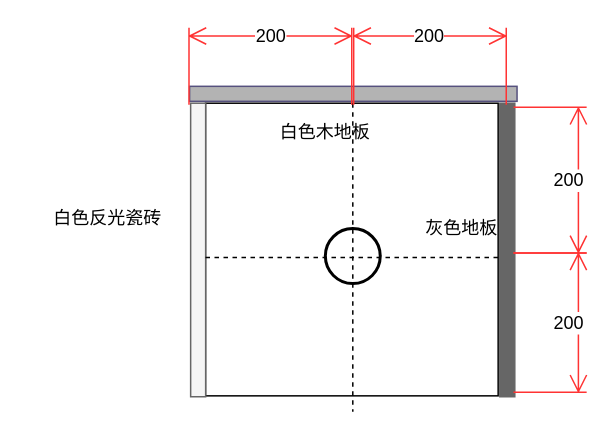
Before: page "2" (2 of 3) of LDS.drawio in xdutaotao/draw.io, a draw.io diagram. Source tidied: cells renumbered, new cells numbered last; positions are measured from the earlier drawing's top-left corner, leaving out a move shared by most shapes. Both pictures are drawn from the tidied source at 150%, with x=0, y=0 at pixel (26, -70).
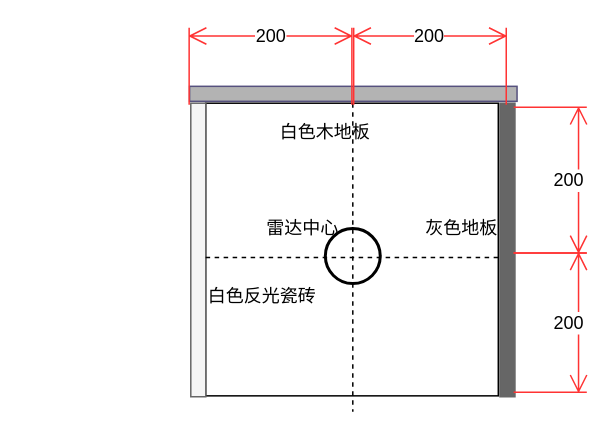
The same page after the edit.

Diff of the diagram source:
```diff
@@
 <mxGraphModel>
   <root>
     <mxCell id="0" />
     <mxCell id="1" parent="0" />
-    <mxCell id="2" style="group;" parent="1" vertex="1">
-      <mxGeometry y="65" width="373.6" height="256" as="geometry" />
-    </mxCell>
+    <mxCell id="17" style="group;" parent="1" vertex="1">
+      <mxGeometry x="103.1" y="65" width="270.6" height="256" as="geometry" />
+    </mxCell>
-    <mxCell id="3" style="whiteSpace=wrap;html=1;strokeColor=#000000;strokeWidth=1;fillColor=none;" parent="2" vertex="1">
-      <mxGeometry x="119.5" y="50.3" width="195.1" height="195.1" as="geometry" />
+    <mxCell id="3" style="whiteSpace=wrap;html=1;strokeColor=#000000;strokeWidth=1;fillColor=none;" parent="17" vertex="1">
+      <mxGeometry x="16.5" y="50.3" width="195.1" height="195.1" as="geometry" />
     </mxCell>
-    <mxCell id="4" style="ellipse;whiteSpace=wrap;html=1;strokeColor=#000000;strokeWidth=2;fillColor=none;" parent="2" vertex="1">
-      <mxGeometry x="199.4" y="133.9" width="36.6" height="36.6" as="geometry" />
+    <mxCell id="4" style="ellipse;whiteSpace=wrap;html=1;strokeColor=#000000;strokeWidth=2;fillColor=none;" parent="17" vertex="1">
+      <mxGeometry x="96.3" y="133.9" width="36.6" height="36.6" as="geometry" />
     </mxCell>
-    <mxCell id="5" style="verticalLabelPosition=bottom;html=1;verticalAlign=top;align=center;shape=mxgraph.floorplan.wall;fillColor=#f5f5f5;direction=south;strokeColor=#666666;strokeWidth=1;fontColor=#333333;" parent="2" vertex="1">
-      <mxGeometry x="108.5" y="50.3" width="12.2" height="195.7" as="geometry" />
+    <mxCell id="5" style="verticalLabelPosition=bottom;html=1;verticalAlign=top;align=center;shape=mxgraph.floorplan.wall;fillColor=#f5f5f5;direction=south;strokeColor=#666666;strokeWidth=1;fontColor=#333333;" parent="17" vertex="1">
+      <mxGeometry x="5.5" y="50.3" width="12.2" height="195.7" as="geometry" />
     </mxCell>
-    <mxCell id="6" style="verticalLabelPosition=bottom;html=1;verticalAlign=top;align=center;shape=mxgraph.floorplan.wall;fillColor=strokeColor;direction=south;strokeColor=#666666;strokeWidth=1;" parent="2" vertex="1">
-      <mxGeometry x="314.6" y="50.3" width="12.2" height="195.7" as="geometry" />
+    <mxCell id="6" style="verticalLabelPosition=bottom;html=1;verticalAlign=top;align=center;shape=mxgraph.floorplan.wall;fillColor=strokeColor;direction=south;strokeColor=#666666;strokeWidth=1;" parent="17" vertex="1">
+      <mxGeometry x="211.6" y="50.3" width="12.2" height="195.7" as="geometry" />
     </mxCell>
-    <mxCell id="7" style="verticalLabelPosition=bottom;html=1;verticalAlign=top;align=center;shape=mxgraph.floorplan.wall;fillColor=#B3B3B3;strokeColor=#56517e;strokeWidth=1;direction=south;rotation=90;" parent="2" vertex="1">
-      <mxGeometry x="211.6" y="-65.1" width="12.9" height="218.3" as="geometry" />
+    <mxCell id="7" style="verticalLabelPosition=bottom;html=1;verticalAlign=top;align=center;shape=mxgraph.floorplan.wall;fillColor=#B3B3B3;strokeColor=#56517e;strokeWidth=1;direction=south;rotation=90;" parent="17" vertex="1">
+      <mxGeometry x="108.5" y="-65.1" width="12.9" height="218.3" as="geometry" />
     </mxCell>
-    <mxCell id="8" style="line;strokeWidth=1;html=1;perimeter=backbonePerimeter;strokeColor=#000000;fillColor=none;dashed=1;" parent="2" vertex="1">
-      <mxGeometry x="119.5" y="146.7" width="195.1" height="12.9" as="geometry" />
+    <mxCell id="8" style="line;strokeWidth=1;html=1;perimeter=backbonePerimeter;strokeColor=#000000;fillColor=none;dashed=1;" parent="17" vertex="1">
+      <mxGeometry x="16.5" y="146.7" width="195.1" height="12.9" as="geometry" />
     </mxCell>
-    <mxCell id="9" style="line;strokeWidth=1;direction=south;html=1;perimeter=backbonePerimeter;dashed=1;strokeColor=#000000;fillColor=none;" parent="2" vertex="1">
-      <mxGeometry x="211.6" y="50.3" width="12.2" height="205.7" as="geometry" />
+    <mxCell id="9" style="line;strokeWidth=1;direction=south;html=1;perimeter=backbonePerimeter;dashed=1;strokeColor=#000000;fillColor=none;" parent="17" vertex="1">
+      <mxGeometry x="108.5" y="50.3" width="12.2" height="205.7" as="geometry" />
     </mxCell>
-    <mxCell id="10" value="200" style="shape=dimension;direction=west;whiteSpace=wrap;html=1;align=center;verticalAlign=top;spacingTop=-8;labelBackgroundColor=#ffffff;strokeColor=#FF3333;strokeWidth=1;fillColor=none;" parent="2" vertex="1">
-      <mxGeometry x="108.5" width="108.5" height="51.4" as="geometry" />
+    <mxCell id="10" value="200" style="shape=dimension;direction=west;whiteSpace=wrap;html=1;align=center;verticalAlign=top;spacingTop=-8;labelBackgroundColor=#ffffff;strokeColor=#FF3333;strokeWidth=1;fillColor=none;" parent="17" vertex="1">
+      <mxGeometry x="5.5" width="108.5" height="51.4" as="geometry" />
     </mxCell>
-    <mxCell id="11" value="200" style="shape=dimension;direction=west;whiteSpace=wrap;html=1;align=center;verticalAlign=top;spacingTop=-8;labelBackgroundColor=#ffffff;strokeColor=#FF3333;strokeWidth=1;fillColor=none;" parent="2" vertex="1">
-      <mxGeometry x="218.3" width="101.7" height="51.4" as="geometry" />
+    <mxCell id="11" value="200" style="shape=dimension;direction=west;whiteSpace=wrap;html=1;align=center;verticalAlign=top;spacingTop=-8;labelBackgroundColor=#ffffff;strokeColor=#FF3333;strokeWidth=1;fillColor=none;" parent="17" vertex="1">
+      <mxGeometry x="115.2" width="101.7" height="51.4" as="geometry" />
     </mxCell>
-    <mxCell id="12" value="200" style="shape=dimension;direction=north;whiteSpace=wrap;html=1;align=right;verticalAlign=middle;labelBackgroundColor=#ffffff;strokeColor=#FF3333;strokeWidth=1;fillColor=none;" parent="2" vertex="1">
-      <mxGeometry x="324.8" y="53" width="48.8" height="97.1" as="geometry" />
+    <mxCell id="12" value="200" style="shape=dimension;direction=north;whiteSpace=wrap;html=1;align=right;verticalAlign=middle;labelBackgroundColor=#ffffff;strokeColor=#FF3333;strokeWidth=1;fillColor=none;" parent="17" vertex="1">
+      <mxGeometry x="221.8" y="53" width="48.8" height="97.1" as="geometry" />
     </mxCell>
-    <mxCell id="13" value="200" style="shape=dimension;direction=north;whiteSpace=wrap;html=1;align=right;verticalAlign=middle;labelBackgroundColor=#ffffff;strokeColor=#FF3333;strokeWidth=1;fillColor=none;" parent="2" vertex="1">
-      <mxGeometry x="324.8" y="150.1" width="48.8" height="92.9" as="geometry" />
+    <mxCell id="13" value="200" style="shape=dimension;direction=north;whiteSpace=wrap;html=1;align=right;verticalAlign=middle;labelBackgroundColor=#ffffff;strokeColor=#FF3333;strokeWidth=1;fillColor=none;" parent="17" vertex="1">
+      <mxGeometry x="221.8" y="150.1" width="48.8" height="92.9" as="geometry" />
     </mxCell>
-    <mxCell id="14" value="灰色地板" style="text;html=1;strokeColor=none;fillColor=none;align=center;verticalAlign=middle;whiteSpace=wrap;rounded=0;strokeWidth=1;" parent="2" vertex="1">
-      <mxGeometry x="253.7" y="114.6" width="73.2" height="38.6" as="geometry" />
+    <mxCell id="14" value="灰色地板" style="text;html=1;strokeColor=none;fillColor=none;align=center;verticalAlign=middle;whiteSpace=wrap;rounded=0;strokeWidth=1;" parent="17" vertex="1">
+      <mxGeometry x="150.6" y="114.6" width="73.2" height="38.6" as="geometry" />
     </mxCell>
-    <mxCell id="15" value="白色木地板" style="text;html=1;strokeColor=none;fillColor=none;align=center;verticalAlign=middle;whiteSpace=wrap;rounded=0;strokeWidth=1;" parent="2" vertex="1">
-      <mxGeometry x="145.1" y="50.3" width="108.5" height="38.6" as="geometry" />
+    <mxCell id="15" value="白色木地板" style="text;html=1;strokeColor=none;fillColor=none;align=center;verticalAlign=middle;whiteSpace=wrap;rounded=0;strokeWidth=1;" parent="17" vertex="1">
+      <mxGeometry x="42.1" y="50.3" width="108.5" height="38.6" as="geometry" />
     </mxCell>
-    <mxCell id="16" value="白色反光瓷砖" style="text;html=1;strokeColor=none;fillColor=none;align=center;verticalAlign=middle;whiteSpace=wrap;rounded=0;strokeWidth=1;" parent="2" vertex="1">
-      <mxGeometry y="108.1" width="108.5" height="38.6" as="geometry" />
+    <mxCell id="16" value="白色反光瓷砖" style="text;html=1;strokeColor=none;fillColor=none;align=center;verticalAlign=middle;whiteSpace=wrap;rounded=0;strokeWidth=1;" parent="17" vertex="1">
+      <mxGeometry y="159.6" width="108.5" height="38.6" as="geometry" />
     </mxCell>
+    <mxCell id="18" value="雷达中心" style="text;html=1;strokeColor=none;fillColor=none;align=center;verticalAlign=middle;whiteSpace=wrap;rounded=0;strokeWidth=1;" parent="17" vertex="1">
+      <mxGeometry x="26.9" y="114.6" width="108.5" height="38.6" as="geometry" />
+    </mxCell>
   </root>
 </mxGraphModel>
```
